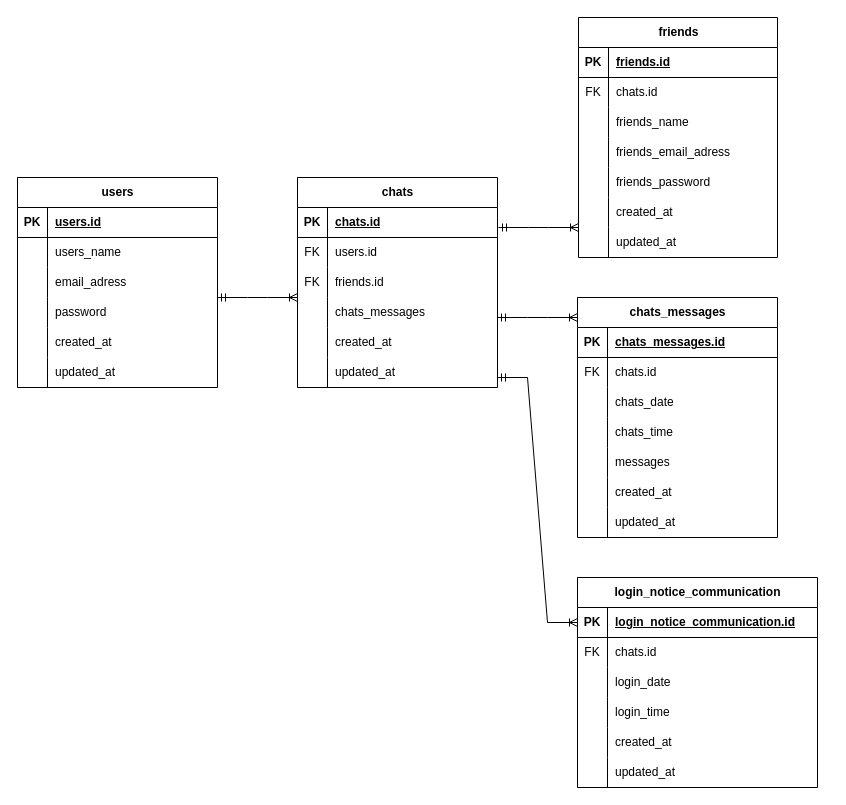
Above: ER図 .drawio in ht19ssts/- (draw.io), before the change. Source tidied: cells renumbered, new cells numbered last; positions are measured from the earlier drawing's top-left corner, leaving out a move shared by most shapes. Both pictures are drawn from the tidied source at 100%, with x=0, y=0 at pixel (-63, 17).
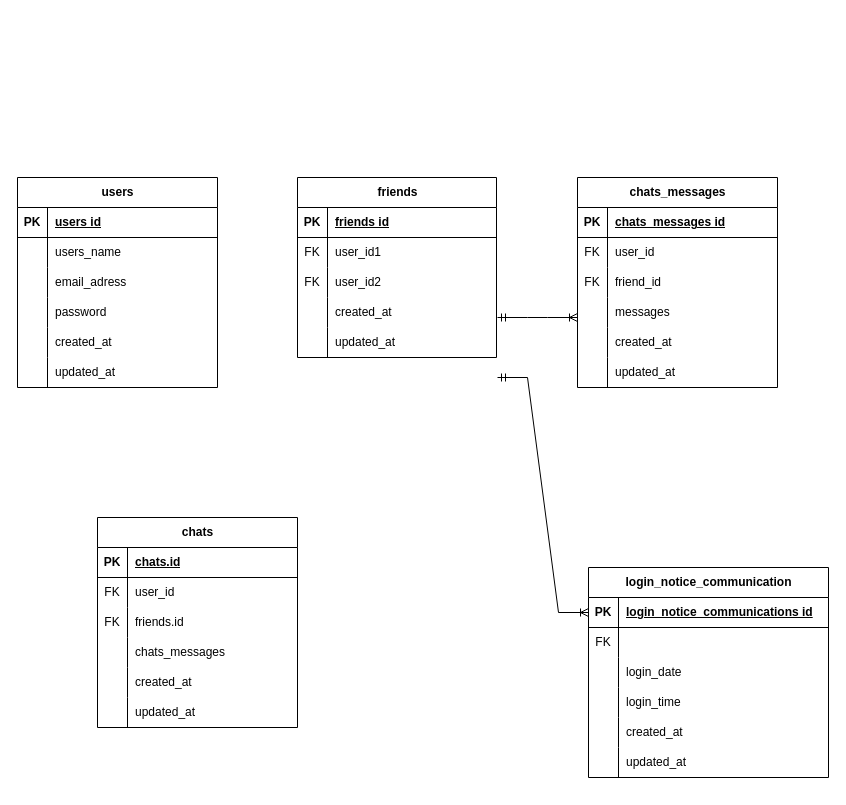
The same diagram, later.

Commit message:
ER図 .drawio を更新します

The change refers to these unchanged cells:
```xml
<mxCell id="3" style="shape=tableRow;horizontal=0;startSize=0;swimlaneHead=0;swimlaneBody=0;fillColor=none;points=[[0,0.5],[1,0.5]];portConstraint=eastwest;top=0;left=0;right=0;bottom=1;" parent="2" vertex="1">
  <mxGeometry y="30" width="200" height="30" as="geometry" />
</mxCell>
<mxCell id="26" style="shape=tableRow;horizontal=0;startSize=0;swimlaneHead=0;swimlaneBody=0;fillColor=none;top=0;left=0;right=0;bottom=0;" parent="22" vertex="1">
  <mxGeometry y="60" width="200" height="30" as="geometry" />
</mxCell>
<mxCell id="42" style="shape=tableRow;horizontal=0;startSize=0;swimlaneHead=0;swimlaneBody=0;fillColor=none;top=0;left=0;right=0;bottom=1;" parent="41" vertex="1">
  <mxGeometry y="30" width="199" height="30" as="geometry" />
</mxCell>
<mxCell id="45" style="shape=tableRow;horizontal=0;startSize=0;swimlaneHead=0;swimlaneBody=0;fillColor=none;top=0;left=0;right=0;bottom=0;" parent="41" vertex="1">
  <mxGeometry y="60" width="199" height="30" as="geometry" />
</mxCell>
<mxCell id="48" style="shape=tableRow;horizontal=0;startSize=0;swimlaneHead=0;swimlaneBody=0;fillColor=none;top=0;left=0;right=0;bottom=0;" parent="41" vertex="1">
  <mxGeometry y="90" width="199" height="30" as="geometry" />
</mxCell>
<mxCell id="64" style="shape=tableRow;horizontal=0;startSize=0;swimlaneHead=0;swimlaneBody=0;fillColor=none;top=0;left=0;right=0;bottom=1;" parent="63" vertex="1">
  <mxGeometry y="30" width="200" height="30" as="geometry" />
</mxCell>
<mxCell id="67" style="shape=tableRow;horizontal=0;startSize=0;swimlaneHead=0;swimlaneBody=0;fillColor=none;top=0;left=0;right=0;bottom=0;" parent="63" vertex="1">
  <mxGeometry y="60" width="200" height="30" as="geometry" />
</mxCell>
<mxCell id="70" style="shape=tableRow;horizontal=0;startSize=0;swimlaneHead=0;swimlaneBody=0;fillColor=none;top=0;left=0;right=0;bottom=0;" parent="63" vertex="1">
  <mxGeometry y="90" width="200" height="30" as="geometry" />
</mxCell>
<mxCell id="86" style="shape=tableRow;horizontal=0;startSize=0;swimlaneHead=0;swimlaneBody=0;fillColor=none;points=[[0,0.5],[1,0.5]];portConstraint=eastwest;top=0;left=0;right=0;bottom=1;" parent="85" vertex="1">
  <mxGeometry y="30" width="240" height="30" as="geometry" />
</mxCell>
<mxCell id="89" style="shape=tableRow;horizontal=0;startSize=0;swimlaneHead=0;swimlaneBody=0;fillColor=none;top=0;left=0;right=0;bottom=0;" parent="85" vertex="1">
  <mxGeometry y="60" width="240" height="30" as="geometry" />
</mxCell>
```

What changed in the source:
```diff
@@
-    <mxCell id="5" value="users.id" style="shape=partialRectangle;fillColor=none;top=0;left=0;bottom=0;right=0;align=left;spacingLeft=6;fontStyle=5;overflow=hidden;whiteSpace=wrap;html=1;" parent="3" vertex="1">
+    <mxCell id="5" value="users id" style="shape=partialRectangle;fillColor=none;top=0;left=0;bottom=0;right=0;align=left;spacingLeft=6;fontStyle=5;overflow=hidden;whiteSpace=wrap;html=1;" parent="3" vertex="1">
       <mxGeometry x="30" width="170" height="30" as="geometry" />
     </mxCell>
@@
     <mxCell id="22" value="chats" style="shape=table;startSize=30;childLayout=tableLayout;rowLines=0;fontStyle=1;align=center;html=1;" parent="1" vertex="1">
-      <mxGeometry x="360" y="160" width="200" height="210" as="geometry" />
+      <mxGeometry x="160" y="500" width="200" height="210" as="geometry" />
     </mxCell>
@@
-    <mxCell id="28" value="users.id" style="shape=partialRectangle;fillColor=none;top=0;left=0;bottom=0;right=0;align=left;spacingLeft=6;overflow=hidden;whiteSpace=wrap;html=1;" parent="26" vertex="1">
+    <mxCell id="28" value="user_id" style="shape=partialRectangle;fillColor=none;top=0;left=0;bottom=0;right=0;align=left;spacingLeft=6;overflow=hidden;whiteSpace=wrap;html=1;" parent="26" vertex="1">
       <mxGeometry x="30" width="170" height="30" as="geometry" />
     </mxCell>
@@
     <mxCell id="41" value="friends" style="shape=table;startSize=30;childLayout=tableLayout;rowLines=0;fontStyle=1;align=center;html=1;" parent="1" vertex="1">
-      <mxGeometry x="641" width="199" height="240" as="geometry" />
+      <mxGeometry x="360" y="160" width="199" height="180" as="geometry" />
     </mxCell>
@@
-    <mxCell id="44" value="friends.id" style="shape=partialRectangle;fillColor=none;top=0;left=0;bottom=0;right=0;align=left;spacingLeft=6;fontStyle=5;overflow=hidden;whiteSpace=wrap;html=1;" parent="42" vertex="1">
+    <mxCell id="44" value="friends id" style="shape=partialRectangle;fillColor=none;top=0;left=0;bottom=0;right=0;align=left;spacingLeft=6;fontStyle=5;overflow=hidden;whiteSpace=wrap;html=1;" parent="42" vertex="1">
       <mxGeometry x="30" width="169" height="30" as="geometry" />
     </mxCell>
@@
-    <mxCell id="46" value="FK" style="shape=partialRectangle;fillColor=none;top=0;left=0;bottom=0;right=0;overflow=hidden;whiteSpace=wrap;html=1;" parent="45" vertex="1">
-      <mxGeometry width="30" height="30" as="geometry" />
-    </mxCell>
-    <mxCell id="47" value="chats.id" style="shape=partialRectangle;fillColor=none;top=0;left=0;bottom=0;right=0;align=left;spacingLeft=6;overflow=hidden;whiteSpace=wrap;html=1;" parent="45" vertex="1">
-      <mxGeometry x="30" width="169" height="30" as="geometry" />
-    </mxCell>
+    <mxCell id="108" value="FK" style="shape=partialRectangle;fillColor=none;top=0;left=0;bottom=0;right=0;overflow=hidden;whiteSpace=wrap;html=1;" parent="45" vertex="1">
+      <mxGeometry width="30" height="30" as="geometry" />
+    </mxCell>
+    <mxCell id="109" value="user_id1" style="shape=partialRectangle;fillColor=none;top=0;left=0;bottom=0;right=0;align=left;spacingLeft=6;overflow=hidden;whiteSpace=wrap;html=1;" parent="45" vertex="1">
+      <mxGeometry x="30" width="169" height="30" as="geometry" />
+    </mxCell>
@@
-    <mxCell id="49" style="shape=partialRectangle;fillColor=none;top=0;left=0;bottom=0;right=0;overflow=hidden;whiteSpace=wrap;html=1;" parent="48" vertex="1">
-      <mxGeometry width="30" height="30" as="geometry" />
-    </mxCell>
-    <mxCell id="50" value="friends_name" style="shape=partialRectangle;fillColor=none;top=0;left=0;bottom=0;right=0;align=left;spacingLeft=6;overflow=hidden;whiteSpace=wrap;html=1;" parent="48" vertex="1">
-      <mxGeometry x="30" width="169" height="30" as="geometry" />
-    </mxCell>
-    <mxCell id="51" style="shape=tableRow;horizontal=0;startSize=0;swimlaneHead=0;swimlaneBody=0;fillColor=none;top=0;left=0;right=0;bottom=0;" parent="41" vertex="1">
-      <mxGeometry y="120" width="199" height="30" as="geometry" />
-    </mxCell>
-    <mxCell id="52" style="shape=partialRectangle;fillColor=none;top=0;left=0;bottom=0;right=0;overflow=hidden;whiteSpace=wrap;html=1;" parent="51" vertex="1">
-      <mxGeometry width="30" height="30" as="geometry" />
-    </mxCell>
-    <mxCell id="53" value="friends_email_adress" style="shape=partialRectangle;fillColor=none;top=0;left=0;bottom=0;right=0;align=left;spacingLeft=6;overflow=hidden;whiteSpace=wrap;html=1;" parent="51" vertex="1">
-      <mxGeometry x="30" width="169" height="30" as="geometry" />
-    </mxCell>
-    <mxCell id="54" style="shape=tableRow;horizontal=0;startSize=0;swimlaneHead=0;swimlaneBody=0;fillColor=none;top=0;left=0;right=0;bottom=0;" parent="41" vertex="1">
-      <mxGeometry y="150" width="199" height="30" as="geometry" />
-    </mxCell>
-    <mxCell id="55" style="shape=partialRectangle;fillColor=none;top=0;left=0;bottom=0;right=0;overflow=hidden;whiteSpace=wrap;html=1;" parent="54" vertex="1">
-      <mxGeometry width="30" height="30" as="geometry" />
-    </mxCell>
-    <mxCell id="56" value="friends_password" style="shape=partialRectangle;fillColor=none;top=0;left=0;bottom=0;right=0;align=left;spacingLeft=6;overflow=hidden;whiteSpace=wrap;html=1;" parent="54" vertex="1">
-      <mxGeometry x="30" width="169" height="30" as="geometry" />
-    </mxCell>
+    <mxCell id="110" value="FK" style="shape=partialRectangle;fillColor=none;top=0;left=0;bottom=0;right=0;overflow=hidden;whiteSpace=wrap;html=1;" parent="48" vertex="1">
+      <mxGeometry width="30" height="30" as="geometry" />
+    </mxCell>
+    <mxCell id="111" value="user_id2" style="shape=partialRectangle;fillColor=none;top=0;left=0;bottom=0;right=0;align=left;spacingLeft=6;overflow=hidden;whiteSpace=wrap;html=1;" parent="48" vertex="1">
+      <mxGeometry x="30" width="169" height="30" as="geometry" />
+    </mxCell>
     <mxCell id="57" style="shape=tableRow;horizontal=0;startSize=0;swimlaneHead=0;swimlaneBody=0;fillColor=none;top=0;left=0;right=0;bottom=0;" parent="41" vertex="1">
-      <mxGeometry y="180" width="199" height="30" as="geometry" />
+      <mxGeometry y="120" width="199" height="30" as="geometry" />
     </mxCell>
@@
     <mxCell id="60" style="shape=tableRow;horizontal=0;startSize=0;swimlaneHead=0;swimlaneBody=0;fillColor=none;top=0;left=0;right=0;bottom=0;" parent="41" vertex="1">
-      <mxGeometry y="210" width="199" height="30" as="geometry" />
+      <mxGeometry y="150" width="199" height="30" as="geometry" />
     </mxCell>
@@
     <mxCell id="63" value="chats_messages" style="shape=table;startSize=30;childLayout=tableLayout;rowLines=0;fontStyle=1;align=center;html=1;" parent="1" vertex="1">
-      <mxGeometry x="640" y="280" width="200" height="240" as="geometry" />
+      <mxGeometry x="640" y="160" width="200" height="210" as="geometry" />
     </mxCell>
@@
-    <mxCell id="66" value="chats_messages.id" style="shape=partialRectangle;fillColor=none;top=0;left=0;bottom=0;right=0;align=left;spacingLeft=6;fontStyle=5;overflow=hidden;whiteSpace=wrap;html=1;" parent="64" vertex="1">
+    <mxCell id="66" value="chats_messages id" style="shape=partialRectangle;fillColor=none;top=0;left=0;bottom=0;right=0;align=left;spacingLeft=6;fontStyle=5;overflow=hidden;whiteSpace=wrap;html=1;" parent="64" vertex="1">
       <mxGeometry x="30" width="170" height="30" as="geometry" />
     </mxCell>
@@
-    <mxCell id="69" value="chats.id" style="shape=partialRectangle;fillColor=none;top=0;left=0;bottom=0;right=0;align=left;spacingLeft=6;overflow=hidden;whiteSpace=wrap;html=1;" parent="67" vertex="1">
+    <mxCell id="69" value="user_id" style="shape=partialRectangle;fillColor=none;top=0;left=0;bottom=0;right=0;align=left;spacingLeft=6;overflow=hidden;whiteSpace=wrap;html=1;" parent="67" vertex="1">
       <mxGeometry x="30" width="170" height="30" as="geometry" />
     </mxCell>
@@
-    <mxCell id="71" style="shape=partialRectangle;fillColor=none;top=0;left=0;bottom=0;right=0;overflow=hidden;whiteSpace=wrap;html=1;" parent="70" vertex="1">
-      <mxGeometry width="30" height="30" as="geometry" />
-    </mxCell>
-    <mxCell id="72" value="chats_date" style="shape=partialRectangle;fillColor=none;top=0;left=0;bottom=0;right=0;align=left;spacingLeft=6;overflow=hidden;whiteSpace=wrap;html=1;" parent="70" vertex="1">
-      <mxGeometry x="30" width="170" height="30" as="geometry" />
-    </mxCell>
-    <mxCell id="73" style="shape=tableRow;horizontal=0;startSize=0;swimlaneHead=0;swimlaneBody=0;fillColor=none;top=0;left=0;right=0;bottom=0;" parent="63" vertex="1">
-      <mxGeometry y="120" width="200" height="30" as="geometry" />
-    </mxCell>
-    <mxCell id="74" style="shape=partialRectangle;fillColor=none;top=0;left=0;bottom=0;right=0;overflow=hidden;whiteSpace=wrap;html=1;" parent="73" vertex="1">
-      <mxGeometry width="30" height="30" as="geometry" />
-    </mxCell>
-    <mxCell id="75" value="chats_time" style="shape=partialRectangle;fillColor=none;top=0;left=0;bottom=0;right=0;align=left;spacingLeft=6;overflow=hidden;whiteSpace=wrap;html=1;" parent="73" vertex="1">
-      <mxGeometry x="30" width="170" height="30" as="geometry" />
-    </mxCell>
+    <mxCell id="112" value="FK" style="shape=partialRectangle;fillColor=none;top=0;left=0;bottom=0;right=0;overflow=hidden;whiteSpace=wrap;html=1;" parent="70" vertex="1">
+      <mxGeometry width="30" height="30" as="geometry" />
+    </mxCell>
+    <mxCell id="113" value="friend_id" style="shape=partialRectangle;fillColor=none;top=0;left=0;bottom=0;right=0;align=left;spacingLeft=6;overflow=hidden;whiteSpace=wrap;html=1;" parent="70" vertex="1">
+      <mxGeometry x="30" width="170" height="30" as="geometry" />
+    </mxCell>
     <mxCell id="76" style="shape=tableRow;horizontal=0;startSize=0;swimlaneHead=0;swimlaneBody=0;fillColor=none;top=0;left=0;right=0;bottom=0;" parent="63" vertex="1">
-      <mxGeometry y="150" width="200" height="30" as="geometry" />
+      <mxGeometry y="120" width="200" height="30" as="geometry" />
     </mxCell>
@@
     <mxCell id="79" style="shape=tableRow;horizontal=0;startSize=0;swimlaneHead=0;swimlaneBody=0;fillColor=none;top=0;left=0;right=0;bottom=0;" parent="63" vertex="1">
-      <mxGeometry y="180" width="200" height="30" as="geometry" />
+      <mxGeometry y="150" width="200" height="30" as="geometry" />
     </mxCell>
@@
     <mxCell id="82" style="shape=tableRow;horizontal=0;startSize=0;swimlaneHead=0;swimlaneBody=0;fillColor=none;top=0;left=0;right=0;bottom=0;" parent="63" vertex="1">
-      <mxGeometry y="210" width="200" height="30" as="geometry" />
+      <mxGeometry y="180" width="200" height="30" as="geometry" />
     </mxCell>
@@
     <mxCell id="85" value="login_notice_communication" style="shape=table;startSize=30;childLayout=tableLayout;rowLines=0;fontStyle=1;align=center;html=1;" parent="1" vertex="1">
-      <mxGeometry x="640" y="560" width="240" height="210" as="geometry" />
+      <mxGeometry x="651" y="550" width="240" height="210" as="geometry" />
     </mxCell>
@@
-    <mxCell id="88" value="login_notice_communication.id" style="shape=partialRectangle;fillColor=none;top=0;left=0;bottom=0;right=0;align=left;spacingLeft=6;fontStyle=5;overflow=hidden;whiteSpace=wrap;html=1;" parent="86" vertex="1">
+    <mxCell id="88" value="login_notice_communications id" style="shape=partialRectangle;fillColor=none;top=0;left=0;bottom=0;right=0;align=left;spacingLeft=6;fontStyle=5;overflow=hidden;whiteSpace=wrap;html=1;" parent="86" vertex="1">
       <mxGeometry x="30" width="210" height="30" as="geometry" />
     </mxCell>
@@
-    <mxCell id="91" value="chats.id" style="shape=partialRectangle;fillColor=none;top=0;left=0;bottom=0;right=0;align=left;spacingLeft=6;overflow=hidden;whiteSpace=wrap;html=1;" parent="89" vertex="1">
+    <mxCell id="91" style="shape=partialRectangle;fillColor=none;top=0;left=0;bottom=0;right=0;align=left;spacingLeft=6;overflow=hidden;whiteSpace=wrap;html=1;" parent="89" vertex="1">
       <mxGeometry x="30" width="210" height="30" as="geometry" />
     </mxCell>
@@
-    <mxCell id="104" style="edgeStyle=entityRelationEdgeStyle;fontSize=12;html=1;endArrow=ERoneToMany;startArrow=ERmandOne;rounded=0;" parent="1" edge="1">
-      <mxGeometry relative="1" as="geometry">
-        <mxPoint x="280" y="280" as="sourcePoint" />
-        <mxPoint x="360" y="280" as="targetPoint" />
-        <Array as="points">
-          <mxPoint y="170" />
-        </Array>
-      </mxGeometry>
-    </mxCell>
-    <mxCell id="105" style="edgeStyle=entityRelationEdgeStyle;fontSize=12;html=1;endArrow=ERoneToMany;startArrow=ERmandOne;rounded=0;" parent="1" edge="1">
-      <mxGeometry relative="1" as="geometry">
-        <mxPoint x="561" y="210" as="sourcePoint" />
-        <mxPoint x="641" y="210" as="targetPoint" />
-        <Array as="points">
-          <mxPoint x="281" y="100" />
-        </Array>
-      </mxGeometry>
-    </mxCell>
```
